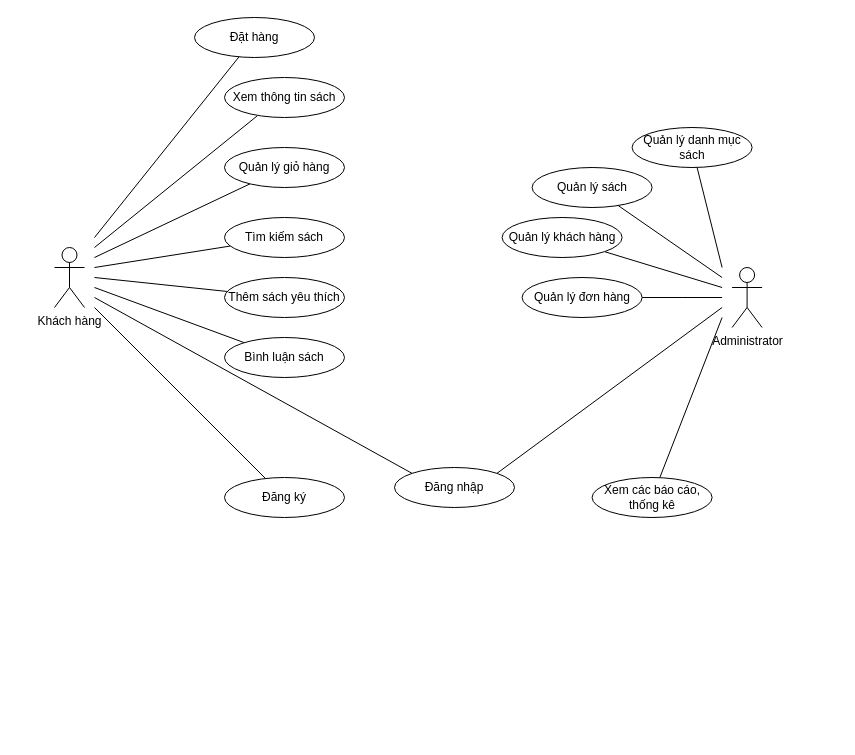
QuangHuy2201/FinalProject-Diagrams keeps this draw.io diagram as page "TongQuat" (1 of 9) of usecase.drawio. Above is the earlier version. Source tidied: cells renumbered, new cells numbered last; positions are measured from the earlier drawing's top-left corner, leaving out a move shared by most shapes. Both pictures are drawn from the tidied source at 100%, with x=0, y=0 at pixel (54, 17).
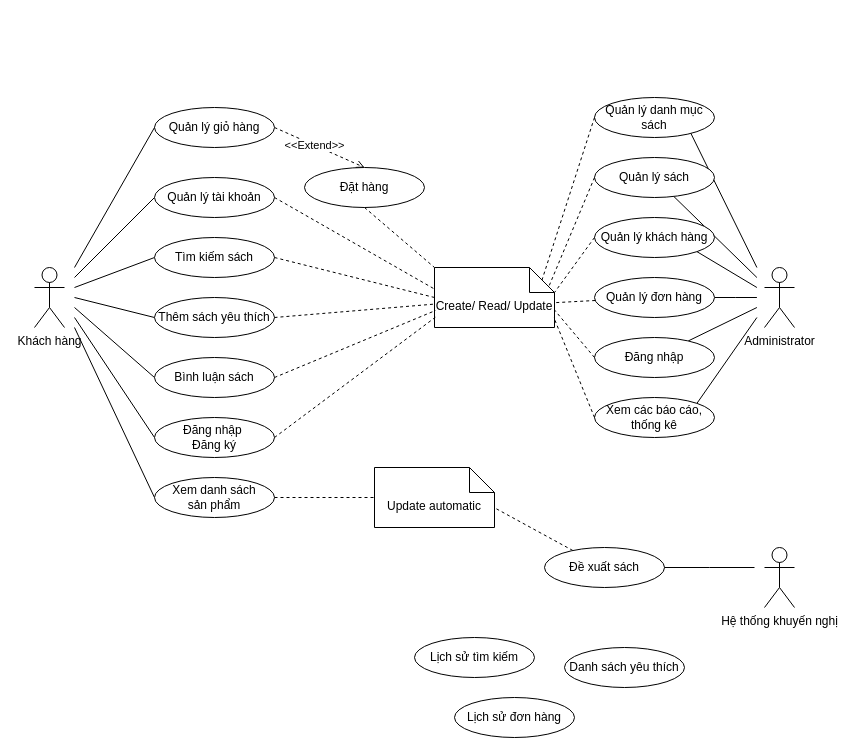
After the change.

Commit message:
Cập nhật usecase.drawio

What changed in the source:
```diff
@@
-    <mxCell id="2" style="rounded=0;jettySize=auto;html=1;endArrow=none;endFill=0;" parent="1" edge="1" source="3">
+    <mxCell id="2" style="rounded=0;jettySize=auto;html=1;endArrow=none;endFill=0;exitX=0.801;exitY=0.883;exitDx=0;exitDy=0;exitPerimeter=0;" parent="1" edge="1" source="3">
       <mxGeometry relative="1" as="geometry">
-        <mxPoint x="667.6" y="250" as="targetPoint" />
+        <mxPoint x="702.4" y="250" as="targetPoint" />
       </mxGeometry>
     </mxCell>
     <mxCell id="3" value="Quản lý danh mục sách" style="ellipse;whiteSpace=wrap;html=1;" parent="1" vertex="1">
-      <mxGeometry x="577.6" y="110" width="120" height="40" as="geometry" />
+      <mxGeometry x="540" y="80" width="120" height="40" as="geometry" />
     </mxCell>
     <mxCell id="4" value="Administrator" style="shape=umlActor;verticalLabelPosition=bottom;verticalAlign=top;html=1;" parent="1" vertex="1">
-      <mxGeometry x="677.6" y="250" width="30" height="60" as="geometry" />
+      <mxGeometry x="710" y="250" width="30" height="60" as="geometry" />
     </mxCell>
     <mxCell id="5" style="rounded=0;jettySize=auto;html=1;endArrow=none;endFill=0;" parent="1" edge="1" source="6">
       <mxGeometry relative="1" as="geometry">
-        <mxPoint x="667.6" y="260" as="targetPoint" />
+        <mxPoint x="702.4" y="260" as="targetPoint" />
       </mxGeometry>
     </mxCell>
     <mxCell id="6" value="Quản lý sách" style="ellipse;whiteSpace=wrap;html=1;" parent="1" vertex="1">
-      <mxGeometry x="477.6" y="150" width="120" height="40" as="geometry" />
+      <mxGeometry x="540" y="140" width="120" height="40" as="geometry" />
     </mxCell>
@@
     <mxCell id="8" style="rounded=0;jettySize=auto;html=1;exitX=1;exitY=1;exitDx=0;exitDy=0;endArrow=none;endFill=0;" parent="1" edge="1" source="9">
       <mxGeometry relative="1" as="geometry">
-        <mxPoint x="667.6" y="270" as="targetPoint" />
+        <mxPoint x="702.4" y="270" as="targetPoint" />
       </mxGeometry>
     </mxCell>
     <mxCell id="9" value="Quản lý khách hàng" style="ellipse;whiteSpace=wrap;html=1;" parent="1" vertex="1">
-      <mxGeometry x="447.6" y="200" width="120" height="40" as="geometry" />
+      <mxGeometry x="540" y="200" width="120" height="40" as="geometry" />
     </mxCell>
     <mxCell id="10" style="edgeStyle=orthogonalEdgeStyle;rounded=0;jettySize=auto;html=1;endArrow=none;endFill=0;" parent="1" edge="1" source="11">
       <mxGeometry relative="1" as="geometry">
-        <mxPoint x="667.6" y="280" as="targetPoint" />
+        <mxPoint x="702.4" y="280" as="targetPoint" />
       </mxGeometry>
     </mxCell>
     <mxCell id="11" value="Quản lý đơn hàng" style="ellipse;whiteSpace=wrap;html=1;" parent="1" vertex="1">
-      <mxGeometry x="467.6" y="260" width="120" height="40" as="geometry" />
+      <mxGeometry x="540" y="260" width="120" height="40" as="geometry" />
     </mxCell>
-    <mxCell id="12" style="rounded=0;jettySize=auto;html=1;endArrow=none;endFill=0;exitX=1;exitY=0;exitDx=0;exitDy=0;" parent="1" edge="1" source="24">
-      <mxGeometry relative="1" as="geometry">
-        <mxPoint x="667.6" y="290" as="targetPoint" />
-      </mxGeometry>
-    </mxCell>
-    <mxCell id="13" style="rounded=0;jettySize=auto;html=1;endArrow=none;endFill=0;" parent="1" edge="1" source="14">
+    <mxCell id="13" style="rounded=0;jettySize=auto;html=1;endArrow=none;endFill=0;exitX=1;exitY=0;exitDx=0;exitDy=0;" parent="1" edge="1" source="14">
       <mxGeometry relative="1" as="geometry">
-        <mxPoint x="667.6" y="300" as="targetPoint" />
+        <mxPoint x="702.4" y="300" as="targetPoint" />
       </mxGeometry>
     </mxCell>
     <mxCell id="14" value="Xem các báo cáo, thống kê" style="ellipse;whiteSpace=wrap;html=1;" parent="1" vertex="1">
-      <mxGeometry x="537.6" y="460" width="120" height="40" as="geometry" />
+      <mxGeometry x="540" y="380" width="120" height="40" as="geometry" />
     </mxCell>
     <mxCell id="15" value="Khách hàng" style="shape=umlActor;verticalLabelPosition=bottom;verticalAlign=top;html=1;" parent="1" vertex="1">
-      <mxGeometry y="230" width="30" height="60" as="geometry" />
+      <mxGeometry x="-20" y="250" width="30" height="60" as="geometry" />
     </mxCell>
-    <mxCell id="16" style="rounded=0;jettySize=auto;html=1;endArrow=none;endFill=0;" parent="1" edge="1" source="17">
+    <mxCell id="16" style="rounded=0;jettySize=auto;html=1;endArrow=none;endFill=0;exitX=0;exitY=0.5;exitDx=0;exitDy=0;" parent="1" edge="1" source="17">
       <mxGeometry relative="1" as="geometry">
-        <mxPoint x="40" y="290" as="targetPoint" />
+        <mxPoint x="20" y="310" as="targetPoint" />
       </mxGeometry>
     </mxCell>
-    <mxCell id="17" value="Đăng ký" style="ellipse;whiteSpace=wrap;html=1;" parent="1" vertex="1">
-      <mxGeometry x="170" y="460" width="120" height="40" as="geometry" />
+    <mxCell id="17" value="Xem danh sách&lt;div&gt;sản phẩm&lt;/div&gt;" style="ellipse;whiteSpace=wrap;html=1;" parent="1" vertex="1">
+      <mxGeometry x="100" y="460" width="120" height="40" as="geometry" />
     </mxCell>
+    <mxCell id="32" style="rounded=0;jettySize=auto;html=1;entryX=0.5;entryY=0;entryDx=0;entryDy=0;dashed=1;endArrow=open;endFill=0;exitX=1;exitY=0.5;exitDx=0;exitDy=0;" parent="1" edge="1" source="18" target="31">
+      <mxGeometry relative="1" as="geometry" />
+    </mxCell>
+    <mxCell id="33" value="&amp;lt;&amp;lt;Extend&amp;gt;&amp;gt;" style="edgeLabel;html=1;align=center;verticalAlign=middle;" parent="32" vertex="1">
+      <mxGeometry x="-0.13" relative="1" as="geometry" />
+    </mxCell>
-    <mxCell id="18" value="Xem thông tin sách" style="ellipse;whiteSpace=wrap;html=1;" parent="1" vertex="1">
-      <mxGeometry x="170" y="60" width="120" height="40" as="geometry" />
+    <mxCell id="18" value="Quản lý giỏ hàng" style="ellipse;whiteSpace=wrap;html=1;" parent="1" vertex="1">
+      <mxGeometry x="100" y="90" width="120" height="40" as="geometry" />
     </mxCell>
-    <mxCell id="19" style="rounded=0;jettySize=auto;html=1;endArrow=none;endFill=0;" parent="1" edge="1" source="20">
+    <mxCell id="19" style="rounded=0;jettySize=auto;html=1;endArrow=none;endFill=0;exitX=0;exitY=0.5;exitDx=0;exitDy=0;" parent="1" edge="1" source="20">
       <mxGeometry relative="1" as="geometry">
-        <mxPoint x="40" y="240" as="targetPoint" />
+        <mxPoint x="20" y="260" as="targetPoint" />
       </mxGeometry>
     </mxCell>
-    <mxCell id="20" value="Quản lý giỏ hàng" style="ellipse;whiteSpace=wrap;html=1;" parent="1" vertex="1">
-      <mxGeometry x="170" y="130" width="120" height="40" as="geometry" />
+    <mxCell id="20" value="Quản lý tài khoản" style="ellipse;whiteSpace=wrap;html=1;" parent="1" vertex="1">
+      <mxGeometry x="100" y="160" width="120" height="40" as="geometry" />
     </mxCell>
-    <mxCell id="21" style="rounded=0;jettySize=auto;html=1;endArrow=none;endFill=0;" parent="1" edge="1" source="22">
+    <mxCell id="21" style="rounded=0;jettySize=auto;html=1;endArrow=none;endFill=0;exitX=0;exitY=0.5;exitDx=0;exitDy=0;" parent="1" edge="1" source="22">
       <mxGeometry relative="1" as="geometry">
-        <mxPoint x="40" y="250" as="targetPoint" />
+        <mxPoint x="20" y="270" as="targetPoint" />
       </mxGeometry>
     </mxCell>
     <mxCell id="22" value="Tìm kiếm sách" style="ellipse;whiteSpace=wrap;html=1;" parent="1" vertex="1">
-      <mxGeometry x="170" y="200" width="120" height="40" as="geometry" />
+      <mxGeometry x="100" y="220" width="120" height="40" as="geometry" />
     </mxCell>
-    <mxCell id="23" style="rounded=0;jettySize=auto;html=1;startArrow=none;startFill=0;endArrow=none;endFill=0;exitX=0;exitY=0;exitDx=0;exitDy=0;" parent="1" edge="1" source="24">
+    <mxCell id="23" style="rounded=0;jettySize=auto;html=1;startArrow=none;startFill=0;endArrow=none;endFill=0;exitX=0;exitY=0.5;exitDx=0;exitDy=0;" parent="1" edge="1" source="24">
       <mxGeometry relative="1" as="geometry">
-        <mxPoint x="40" y="280" as="targetPoint" />
+        <mxPoint x="20" y="300" as="targetPoint" />
       </mxGeometry>
     </mxCell>
-    <mxCell id="24" value="Đăng nhập" style="ellipse;whiteSpace=wrap;html=1;" parent="1" vertex="1">
-      <mxGeometry x="340" y="450" width="120" height="40" as="geometry" />
+    <mxCell id="24" value="Đăng nhập&amp;nbsp;&lt;div&gt;Đăng ký&lt;/div&gt;" style="ellipse;whiteSpace=wrap;html=1;" parent="1" vertex="1">
+      <mxGeometry x="100" y="400" width="120" height="40" as="geometry" />
     </mxCell>
-    <mxCell id="25" style="rounded=0;jettySize=auto;html=1;exitX=0.271;exitY=0.963;exitDx=0;exitDy=0;endArrow=none;endFill=0;exitPerimeter=0;" parent="1" edge="1" source="18">
+    <mxCell id="25" style="rounded=0;jettySize=auto;html=1;exitX=0;exitY=0.5;exitDx=0;exitDy=0;endArrow=none;endFill=0;" parent="1" edge="1" source="18">
       <mxGeometry relative="1" as="geometry">
-        <mxPoint x="40" y="230" as="targetPoint" />
+        <mxPoint x="20" y="250" as="targetPoint" />
       </mxGeometry>
     </mxCell>
-    <mxCell id="26" style="rounded=0;jettySize=auto;html=1;endArrow=none;endFill=0;" parent="1" edge="1" source="27">
+    <mxCell id="26" style="rounded=0;jettySize=auto;html=1;endArrow=none;endFill=0;exitX=0;exitY=0.5;exitDx=0;exitDy=0;" parent="1" edge="1" source="27">
       <mxGeometry relative="1" as="geometry">
-        <mxPoint x="40" y="270" as="targetPoint" />
+        <mxPoint x="20" y="290" as="targetPoint" />
       </mxGeometry>
     </mxCell>
     <mxCell id="27" value="Bình luận sách" style="ellipse;whiteSpace=wrap;html=1;" parent="1" vertex="1">
-      <mxGeometry x="170" y="320" width="120" height="40" as="geometry" />
+      <mxGeometry x="100" y="340" width="120" height="40" as="geometry" />
     </mxCell>
-    <mxCell id="28" style="rounded=0;jettySize=auto;html=1;endArrow=none;endFill=0;" parent="1" edge="1" source="29">
+    <mxCell id="28" style="rounded=0;jettySize=auto;html=1;endArrow=none;endFill=0;exitX=0;exitY=0.5;exitDx=0;exitDy=0;" parent="1" edge="1" source="29">
       <mxGeometry relative="1" as="geometry">
-        <mxPoint x="40" y="260" as="targetPoint" />
+        <mxPoint x="20" y="280" as="targetPoint" />
       </mxGeometry>
     </mxCell>
     <mxCell id="29" value="Thêm sách yêu thích" style="ellipse;whiteSpace=wrap;html=1;" parent="1" vertex="1">
-      <mxGeometry x="170" y="260" width="120" height="40" as="geometry" />
+      <mxGeometry x="100" y="280" width="120" height="40" as="geometry" />
     </mxCell>
-    <mxCell id="30" style="rounded=0;jettySize=auto;html=1;endArrow=none;endFill=0;" parent="1" edge="1" source="31">
-      <mxGeometry relative="1" as="geometry">
-        <mxPoint x="40" y="220" as="targetPoint" />
-      </mxGeometry>
-    </mxCell>
     <mxCell id="31" value="Đặt hàng" style="ellipse;whiteSpace=wrap;html=1;" parent="1" vertex="1">
-      <mxGeometry x="140" width="120" height="40" as="geometry" />
+      <mxGeometry x="250" y="150" width="120" height="40" as="geometry" />
     </mxCell>
+    <mxCell id="34" style="rounded=0;jettySize=auto;html=1;endArrow=none;endFill=0;" parent="1" edge="1" source="35">
+      <mxGeometry relative="1" as="geometry">
+        <mxPoint x="702.4" y="290" as="targetPoint" />
+      </mxGeometry>
+    </mxCell>
+    <mxCell id="35" value="Đăng nhập" style="ellipse;whiteSpace=wrap;html=1;" parent="1" vertex="1">
+      <mxGeometry x="540" y="320" width="120" height="40" as="geometry" />
+    </mxCell>
+    <mxCell id="36" value="Create/ Read/ Update" style="shape=note2;boundedLbl=1;whiteSpace=wrap;html=1;size=25;verticalAlign=top;align=center;" parent="1" vertex="1">
+      <mxGeometry x="380" y="250" width="120" height="60" as="geometry" />
+    </mxCell>
+    <mxCell id="37" style="rounded=0;jettySize=auto;html=1;entryX=0;entryY=0;entryDx=0;entryDy=0;entryPerimeter=0;dashed=1;endArrow=none;endFill=0;exitX=0.5;exitY=1;exitDx=0;exitDy=0;" parent="1" edge="1" source="31" target="36">
+      <mxGeometry relative="1" as="geometry" />
+    </mxCell>
+    <mxCell id="38" style="rounded=0;jettySize=auto;html=1;entryX=-0.008;entryY=0.35;entryDx=0;entryDy=0;entryPerimeter=0;dashed=1;endArrow=none;endFill=0;exitX=1;exitY=0.5;exitDx=0;exitDy=0;" parent="1" edge="1" source="20" target="36">
+      <mxGeometry relative="1" as="geometry" />
+    </mxCell>
+    <mxCell id="39" style="rounded=0;jettySize=auto;html=1;exitX=1;exitY=0.5;exitDx=0;exitDy=0;entryX=0;entryY=0.5;entryDx=0;entryDy=0;entryPerimeter=0;dashed=1;endArrow=none;endFill=0;" parent="1" edge="1" source="22" target="36">
+      <mxGeometry relative="1" as="geometry" />
+    </mxCell>
+    <mxCell id="40" style="rounded=0;jettySize=auto;html=1;exitX=1;exitY=0.5;exitDx=0;exitDy=0;entryX=0;entryY=0.61;entryDx=0;entryDy=0;entryPerimeter=0;dashed=1;endArrow=none;endFill=0;" parent="1" edge="1" source="29" target="36">
+      <mxGeometry relative="1" as="geometry" />
+    </mxCell>
+    <mxCell id="41" style="rounded=0;jettySize=auto;html=1;exitX=1;exitY=0.5;exitDx=0;exitDy=0;dashed=1;endArrow=none;endFill=0;entryX=0.008;entryY=0.717;entryDx=0;entryDy=0;entryPerimeter=0;" parent="1" edge="1" source="27" target="36">
+      <mxGeometry relative="1" as="geometry" />
+    </mxCell>
+    <mxCell id="42" style="rounded=0;jettySize=auto;html=1;entryX=0.007;entryY=0.83;entryDx=0;entryDy=0;entryPerimeter=0;dashed=1;endArrow=none;endFill=0;exitX=1;exitY=0.5;exitDx=0;exitDy=0;" parent="1" edge="1" source="24" target="36">
+      <mxGeometry relative="1" as="geometry" />
+    </mxCell>
+    <mxCell id="43" style="rounded=0;jettySize=auto;html=1;entryX=0;entryY=0;entryDx=107.5;entryDy=12.5;entryPerimeter=0;endArrow=none;endFill=0;dashed=1;exitX=0;exitY=0.5;exitDx=0;exitDy=0;" parent="1" edge="1" source="3" target="36">
+      <mxGeometry relative="1" as="geometry" />
+    </mxCell>
+    <mxCell id="44" style="rounded=0;jettySize=auto;html=1;entryX=0.95;entryY=0.331;entryDx=0;entryDy=0;entryPerimeter=0;endArrow=none;endFill=0;dashed=1;exitX=0;exitY=0.5;exitDx=0;exitDy=0;" parent="1" edge="1" source="6" target="36">
+      <mxGeometry relative="1" as="geometry" />
+    </mxCell>
+    <mxCell id="45" style="rounded=0;jettySize=auto;html=1;exitX=0;exitY=0.5;exitDx=0;exitDy=0;entryX=0;entryY=0;entryDx=120;entryDy=25;entryPerimeter=0;dashed=1;endArrow=none;endFill=0;" parent="1" edge="1" source="9" target="36">
+      <mxGeometry relative="1" as="geometry" />
+    </mxCell>
+    <mxCell id="46" style="rounded=0;jettySize=auto;html=1;entryX=1.004;entryY=0.586;entryDx=0;entryDy=0;entryPerimeter=0;dashed=1;endArrow=none;endFill=0;" parent="1" edge="1" source="11" target="36">
+      <mxGeometry relative="1" as="geometry" />
+    </mxCell>
+    <mxCell id="47" style="rounded=0;jettySize=auto;html=1;entryX=0;entryY=0;entryDx=120;entryDy=42.5;entryPerimeter=0;dashed=1;endArrow=none;endFill=0;exitX=0;exitY=0.5;exitDx=0;exitDy=0;" parent="1" edge="1" source="35" target="36">
+      <mxGeometry relative="1" as="geometry" />
+    </mxCell>
+    <mxCell id="48" style="rounded=0;jettySize=auto;html=1;entryX=0.994;entryY=0.831;entryDx=0;entryDy=0;entryPerimeter=0;dashed=1;endArrow=none;endFill=0;exitX=0;exitY=0.5;exitDx=0;exitDy=0;" parent="1" edge="1" source="14" target="36">
+      <mxGeometry relative="1" as="geometry" />
+    </mxCell>
+    <mxCell id="49" value="Hệ thống khuyến nghị" style="shape=umlActor;verticalLabelPosition=bottom;verticalAlign=top;html=1;" parent="1" vertex="1">
+      <mxGeometry x="710" y="530" width="30" height="60" as="geometry" />
+    </mxCell>
+    <mxCell id="50" value="Update automatic" style="shape=note2;boundedLbl=1;whiteSpace=wrap;html=1;size=25;verticalAlign=top;align=center;" parent="1" vertex="1">
+      <mxGeometry x="320" y="450" width="120" height="60" as="geometry" />
+    </mxCell>
+    <mxCell id="51" style="rounded=0;jettySize=auto;html=1;entryX=0.996;entryY=0.667;entryDx=0;entryDy=0;entryPerimeter=0;endArrow=none;endFill=0;dashed=1;" parent="1" edge="1" source="52" target="50">
+      <mxGeometry relative="1" as="geometry" />
+    </mxCell>
+    <mxCell id="52" value="Đề xuất sách" style="ellipse;whiteSpace=wrap;html=1;" parent="1" vertex="1">
+      <mxGeometry x="490" y="530" width="120" height="40" as="geometry" />
+    </mxCell>
+    <mxCell id="53" style="edgeStyle=orthogonalEdgeStyle;rounded=0;jettySize=auto;html=1;endArrow=none;endFill=0;" parent="1" edge="1" source="52">
+      <mxGeometry relative="1" as="geometry">
+        <mxPoint x="700" y="550" as="targetPoint" />
+      </mxGeometry>
+    </mxCell>
+    <mxCell id="54" style="rounded=0;jettySize=auto;html=1;exitX=1;exitY=0.5;exitDx=0;exitDy=0;entryX=0;entryY=0.5;entryDx=0;entryDy=0;entryPerimeter=0;dashed=1;endArrow=none;endFill=0;" parent="1" edge="1" source="17" target="50">
+      <mxGeometry relative="1" as="geometry" />
+    </mxCell>
+    <mxCell id="55" value="Lịch sử tìm kiếm" style="ellipse;whiteSpace=wrap;html=1;" parent="1" vertex="1">
+      <mxGeometry x="360" y="620" width="120" height="40" as="geometry" />
+    </mxCell>
+    <mxCell id="56" value="Lịch sử đơn hàng" style="ellipse;whiteSpace=wrap;html=1;" parent="1" vertex="1">
+      <mxGeometry x="400" y="680" width="120" height="40" as="geometry" />
+    </mxCell>
+    <mxCell id="57" value="Danh sách yêu thích" style="ellipse;whiteSpace=wrap;html=1;" parent="1" vertex="1">
+      <mxGeometry x="510" y="630" width="120" height="40" as="geometry" />
+    </mxCell>
```
